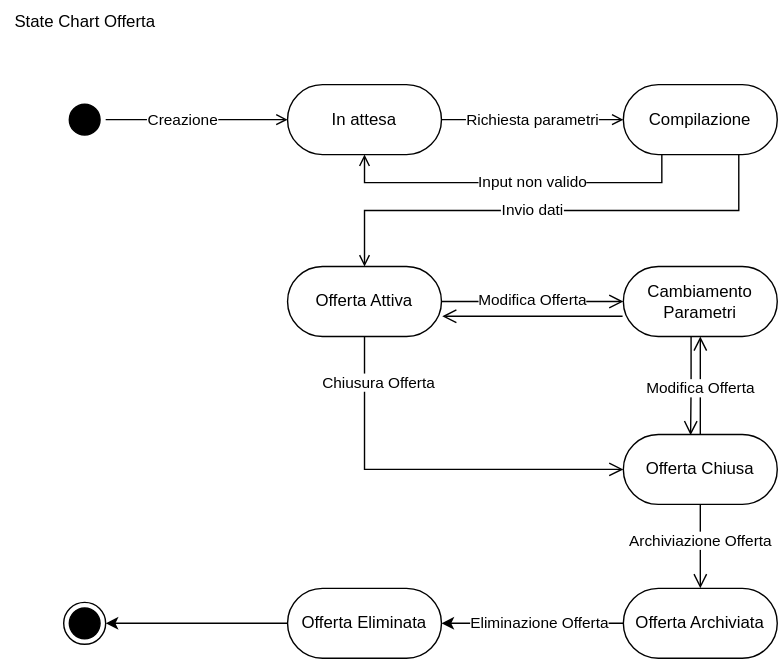
This is Documentazione/Requirement_Analysis_Document/Statecharts/SC_Offerta_ver_1.0.svg from JacopoPassariello/TuringCareers, a draw.io export, as it was before one commit. Source tidied: cells renumbered, new cells last; positions are measured from the earlier drawing's top-left corner, leaving out a move shared by most shapes. Source of this version:
```xml
<mxGraphModel>
  <root>
    <mxCell id="0" />
    <mxCell id="1" parent="0" />
    <mxCell id="2" style="edgeStyle=orthogonalEdgeStyle;html=1;verticalAlign=bottom;endArrow=open;endSize=8;strokeColor=#000000;rounded=0;exitX=0.44;exitY=1.007;exitDx=0;exitDy=0;exitPerimeter=0;entryX=0.437;entryY=0.011;entryDx=0;entryDy=0;entryPerimeter=0;" parent="1" edge="1" source="7" target="14">
      <mxGeometry relative="1" as="geometry" />
    </mxCell>
    <mxCell id="3" style="edgeStyle=orthogonalEdgeStyle;rounded=0;jettySize=auto;html=1;exitX=0.5;exitY=0;exitDx=0;exitDy=0;entryX=0;entryY=0.5;entryDx=0;entryDy=0;endArrow=open;endFill=0;" parent="1" edge="1" source="5" target="23">
      <mxGeometry relative="1" as="geometry" />
    </mxCell>
    <mxCell id="4" value="Creazione" style="edgeLabel;html=1;align=center;verticalAlign=middle;" parent="3" vertex="1">
      <mxGeometry x="-0.38" y="4" relative="1" as="geometry">
        <mxPoint x="15" y="4" as="offset" />
      </mxGeometry>
    </mxCell>
    <mxCell id="5" style="ellipse;html=1;shape=startState;fillColor=#000000;strokeColor=#000000;rounded=1;shadow=0;comic=0;labelBackgroundColor=none;fontFamily=Verdana;fontSize=12;fontColor=#000000;align=center;direction=south;" parent="1" vertex="1">
      <mxGeometry x="45" y="70" width="30" height="30" as="geometry" />
    </mxCell>
    <mxCell id="6" style="ellipse;html=1;shape=endState;fillColor=#000000;strokeColor=#000000;" parent="1" vertex="1">
      <mxGeometry x="45" y="430" width="30" height="30" as="geometry" />
    </mxCell>
    <mxCell id="7" value="Cambiamento Parametri" style="rounded=1;whiteSpace=wrap;html=1;arcSize=50;fontColor=#000000;fillColor=#FFFFFF;strokeColor=#000000;" parent="1" vertex="1">
      <mxGeometry x="445" y="190" width="110" height="50" as="geometry" />
    </mxCell>
    <mxCell id="8" value="Offerta Attiva" style="rounded=1;whiteSpace=wrap;html=1;arcSize=50;fontColor=#000000;fillColor=#FFFFFF;strokeColor=#000000;" parent="1" vertex="1">
      <mxGeometry x="205" y="190" width="110" height="50" as="geometry" />
    </mxCell>
    <mxCell id="9" style="edgeStyle=orthogonalEdgeStyle;html=1;verticalAlign=bottom;endArrow=open;endSize=8;strokeColor=#000000;rounded=0;entryX=0;entryY=0.5;entryDx=0;entryDy=0;exitX=0.5;exitY=1;exitDx=0;exitDy=0;" parent="1" edge="1" source="8" target="14">
      <mxGeometry relative="1" as="geometry" />
    </mxCell>
    <mxCell id="10" value="Chiusura Offerta" style="edgeLabel;html=1;align=center;verticalAlign=middle;" parent="9" vertex="1">
      <mxGeometry x="-0.25" relative="1" as="geometry">
        <mxPoint y="-62" as="offset" />
      </mxGeometry>
    </mxCell>
    <mxCell id="11" style="edgeStyle=orthogonalEdgeStyle;html=1;verticalAlign=bottom;endArrow=open;endSize=8;strokeColor=#000000;rounded=0;exitX=-0.005;exitY=0.711;exitDx=0;exitDy=0;exitPerimeter=0;entryX=1.005;entryY=0.711;entryDx=0;entryDy=0;entryPerimeter=0;" parent="1" edge="1" source="7" target="8">
      <mxGeometry relative="1" as="geometry" />
    </mxCell>
    <mxCell id="12" style="edgeStyle=orthogonalEdgeStyle;html=1;verticalAlign=bottom;endArrow=open;endSize=8;strokeColor=#000000;rounded=0;exitX=1;exitY=0.5;exitDx=0;exitDy=0;entryX=0;entryY=0.5;entryDx=0;entryDy=0;" parent="1" edge="1" source="8" target="7">
      <mxGeometry relative="1" as="geometry" />
    </mxCell>
    <mxCell id="13" value="Modifica Offerta" style="edgeLabel;html=1;align=center;verticalAlign=middle;" parent="12" vertex="1">
      <mxGeometry x="-0.03" y="1" relative="1" as="geometry">
        <mxPoint x="1" as="offset" />
      </mxGeometry>
    </mxCell>
    <mxCell id="14" value="Offerta Chiusa" style="rounded=1;whiteSpace=wrap;html=1;arcSize=50;fontColor=#000000;fillColor=#FFFFFF;strokeColor=#000000;" parent="1" vertex="1">
      <mxGeometry x="445" y="310" width="110" height="50" as="geometry" />
    </mxCell>
    <mxCell id="15" style="edgeStyle=orthogonalEdgeStyle;html=1;verticalAlign=bottom;endArrow=open;endSize=8;strokeColor=#000000;rounded=0;entryX=0.5;entryY=0;entryDx=0;entryDy=0;exitX=0.5;exitY=1;exitDx=0;exitDy=0;" parent="1" edge="1" source="14" target="19">
      <mxGeometry relative="1" as="geometry">
        <Array as="points">
          <mxPoint x="500" y="390" />
          <mxPoint x="500" y="390" />
        </Array>
      </mxGeometry>
    </mxCell>
    <mxCell id="16" value="Archiviazione Offerta" style="edgeLabel;html=1;align=center;verticalAlign=middle;" parent="15" vertex="1">
      <mxGeometry x="-0.02" relative="1" as="geometry">
        <mxPoint y="-4" as="offset" />
      </mxGeometry>
    </mxCell>
    <mxCell id="17" style="edgeStyle=orthogonalEdgeStyle;rounded=0;jettySize=auto;html=1;entryX=1;entryY=0.5;entryDx=0;entryDy=0;" parent="1" edge="1" source="19" target="32">
      <mxGeometry relative="1" as="geometry" />
    </mxCell>
    <mxCell id="18" value="Eliminazione Offerta" style="edgeLabel;html=1;align=center;verticalAlign=middle;" parent="17" vertex="1">
      <mxGeometry x="0.42" y="-2" relative="1" as="geometry">
        <mxPoint x="32" y="2" as="offset" />
      </mxGeometry>
    </mxCell>
    <mxCell id="19" value="Offerta Archiviata" style="rounded=1;whiteSpace=wrap;html=1;arcSize=50;fontColor=#000000;fillColor=#FFFFFF;strokeColor=#000000;" parent="1" vertex="1">
      <mxGeometry x="445" y="420" width="110" height="50" as="geometry" />
    </mxCell>
    <mxCell id="20" value="State Chart Offerta" style="text;html=1;align=center;verticalAlign=middle;strokeColor=none;fillColor=none;" parent="1" vertex="1">
      <mxGeometry width="120" height="30" as="geometry" />
    </mxCell>
    <mxCell id="21" style="edgeStyle=orthogonalEdgeStyle;html=1;verticalAlign=bottom;endArrow=open;endSize=8;strokeColor=#000000;rounded=0;entryX=0.5;entryY=1;entryDx=0;entryDy=0;exitX=0.5;exitY=0;exitDx=0;exitDy=0;" parent="1" edge="1" source="14" target="7">
      <mxGeometry relative="1" as="geometry" />
    </mxCell>
    <mxCell id="22" value="Modifica Offerta" style="edgeLabel;html=1;align=center;verticalAlign=middle;" parent="21" vertex="1">
      <mxGeometry x="-0.03" y="1" relative="1" as="geometry">
        <mxPoint x="1" y="1" as="offset" />
      </mxGeometry>
    </mxCell>
    <mxCell id="23" value="In attesa" style="rounded=1;whiteSpace=wrap;html=1;arcSize=50;" parent="1" vertex="1">
      <mxGeometry x="205" y="60" width="110" height="50" as="geometry" />
    </mxCell>
    <mxCell id="24" style="endArrow=open;html=1;rounded=0;exitX=1;exitY=0.5;exitDx=0;exitDy=0;entryX=0;entryY=0.5;entryDx=0;entryDy=0;endFill=0;edgeStyle=orthogonalEdgeStyle;" parent="1" edge="1" source="23" target="26">
      <mxGeometry relative="1" as="geometry" />
    </mxCell>
    <mxCell id="25" value="Richiesta parametri" style="edgeLabel;html=1;align=center;verticalAlign=middle;" parent="24" vertex="1">
      <mxGeometry x="-0.15" y="2" relative="1" as="geometry">
        <mxPoint x="10" y="2" as="offset" />
      </mxGeometry>
    </mxCell>
    <mxCell id="26" value="Compilazione" style="rounded=1;whiteSpace=wrap;html=1;arcSize=50;" parent="1" vertex="1">
      <mxGeometry x="445" y="60" width="110" height="50" as="geometry" />
    </mxCell>
    <mxCell id="27" style="endArrow=open;html=1;rounded=0;exitX=0.75;exitY=1;exitDx=0;exitDy=0;entryX=0.5;entryY=0;entryDx=0;entryDy=0;endFill=0;edgeStyle=orthogonalEdgeStyle;" parent="1" edge="1" source="26" target="8">
      <mxGeometry relative="1" as="geometry" />
    </mxCell>
    <mxCell id="28" value="Invio dati" style="edgeLabel;html=1;align=center;verticalAlign=middle;" parent="27" vertex="1">
      <mxGeometry x="-0.61" y="1" relative="1" as="geometry">
        <mxPoint x="-120" y="-1" as="offset" />
      </mxGeometry>
    </mxCell>
    <mxCell id="29" style="edgeStyle=orthogonalEdgeStyle;rounded=0;jettySize=auto;html=1;exitX=0.25;exitY=1;exitDx=0;exitDy=0;entryX=0.5;entryY=1;entryDx=0;entryDy=0;endArrow=open;endFill=0;" parent="1" edge="1" source="26" target="23">
      <mxGeometry relative="1" as="geometry" />
    </mxCell>
    <mxCell id="30" value="Input non valido" style="edgeLabel;html=1;align=center;verticalAlign=middle;" parent="29" vertex="1">
      <mxGeometry x="0.12" relative="1" as="geometry">
        <mxPoint x="29" as="offset" />
      </mxGeometry>
    </mxCell>
    <mxCell id="31" style="edgeStyle=orthogonalEdgeStyle;rounded=0;jettySize=auto;html=1;exitX=0;exitY=0.5;exitDx=0;exitDy=0;entryX=1;entryY=0.5;entryDx=0;entryDy=0;" parent="1" edge="1" source="32" target="6">
      <mxGeometry relative="1" as="geometry" />
    </mxCell>
    <mxCell id="32" value="Offerta Eliminata" style="rounded=1;whiteSpace=wrap;html=1;arcSize=50;fontColor=#000000;fillColor=#FFFFFF;strokeColor=#000000;" parent="1" vertex="1">
      <mxGeometry x="205" y="420" width="110" height="50" as="geometry" />
    </mxCell>
  </root>
</mxGraphModel>
```
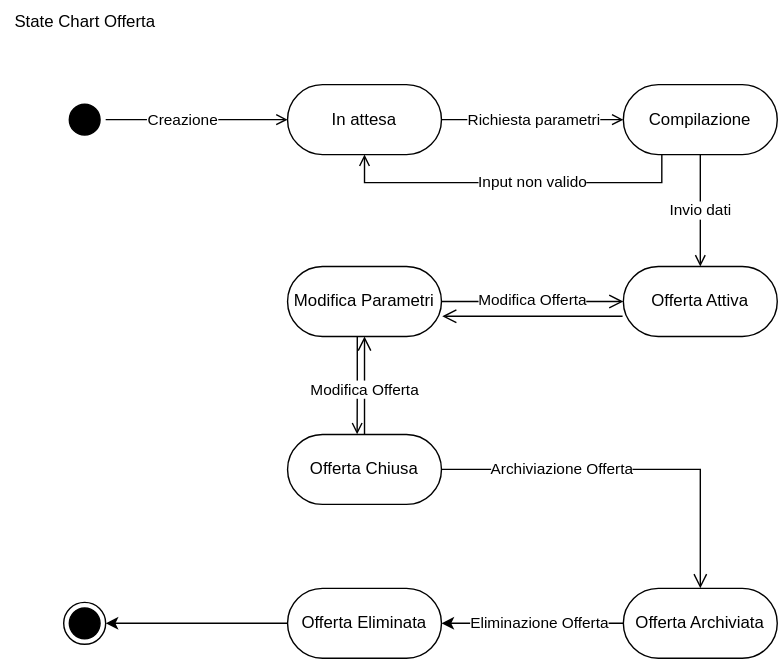
The same diagram one commit later.

What changed in the source:
```diff
@@ -2,9 +2,6 @@
   <root>
     <mxCell id="0" />
     <mxCell id="1" parent="0" />
-    <mxCell id="2" style="edgeStyle=orthogonalEdgeStyle;html=1;verticalAlign=bottom;endArrow=open;endSize=8;strokeColor=#000000;rounded=0;exitX=0.44;exitY=1.007;exitDx=0;exitDy=0;exitPerimeter=0;entryX=0.437;entryY=0.011;entryDx=0;entryDy=0;entryPerimeter=0;" parent="1" edge="1" source="7" target="14">
-      <mxGeometry relative="1" as="geometry" />
-    </mxCell>
     <mxCell id="3" style="edgeStyle=orthogonalEdgeStyle;rounded=0;jettySize=auto;html=1;exitX=0.5;exitY=0;exitDx=0;exitDy=0;entryX=0;entryY=0.5;entryDx=0;entryDy=0;endArrow=open;endFill=0;" parent="1" edge="1" source="5" target="23">
       <mxGeometry relative="1" as="geometry" />
     </mxCell>
@@ -19,20 +16,15 @@
     <mxCell id="6" style="ellipse;html=1;shape=endState;fillColor=#000000;strokeColor=#000000;" parent="1" vertex="1">
       <mxGeometry x="45" y="430" width="30" height="30" as="geometry" />
     </mxCell>
-    <mxCell id="7" value="Cambiamento Parametri" style="rounded=1;whiteSpace=wrap;html=1;arcSize=50;fontColor=#000000;fillColor=#FFFFFF;strokeColor=#000000;" parent="1" vertex="1">
+    <mxCell id="7" value="Offerta Attiva" style="rounded=1;whiteSpace=wrap;html=1;arcSize=50;fontColor=#000000;fillColor=#FFFFFF;strokeColor=#000000;" parent="1" vertex="1">
       <mxGeometry x="445" y="190" width="110" height="50" as="geometry" />
     </mxCell>
+    <mxCell id="9" style="edgeStyle=orthogonalEdgeStyle;rounded=0;jettySize=auto;html=1;exitX=0.453;exitY=1.003;exitDx=0;exitDy=0;entryX=0.452;entryY=-0.001;entryDx=0;entryDy=0;entryPerimeter=0;exitPerimeter=0;endArrow=open;endFill=0;" parent="1" edge="1" source="8" target="14">
+      <mxGeometry relative="1" as="geometry" />
+    </mxCell>
-    <mxCell id="8" value="Offerta Attiva" style="rounded=1;whiteSpace=wrap;html=1;arcSize=50;fontColor=#000000;fillColor=#FFFFFF;strokeColor=#000000;" parent="1" vertex="1">
+    <mxCell id="8" value="Modifica Parametri" style="rounded=1;whiteSpace=wrap;html=1;arcSize=50;fontColor=#000000;fillColor=#FFFFFF;strokeColor=#000000;" parent="1" vertex="1">
       <mxGeometry x="205" y="190" width="110" height="50" as="geometry" />
     </mxCell>
-    <mxCell id="9" style="edgeStyle=orthogonalEdgeStyle;html=1;verticalAlign=bottom;endArrow=open;endSize=8;strokeColor=#000000;rounded=0;entryX=0;entryY=0.5;entryDx=0;entryDy=0;exitX=0.5;exitY=1;exitDx=0;exitDy=0;" parent="1" edge="1" source="8" target="14">
-      <mxGeometry relative="1" as="geometry" />
-    </mxCell>
-    <mxCell id="10" value="Chiusura Offerta" style="edgeLabel;html=1;align=center;verticalAlign=middle;" parent="9" vertex="1">
-      <mxGeometry x="-0.25" relative="1" as="geometry">
-        <mxPoint y="-62" as="offset" />
-      </mxGeometry>
-    </mxCell>
     <mxCell id="11" style="edgeStyle=orthogonalEdgeStyle;html=1;verticalAlign=bottom;endArrow=open;endSize=8;strokeColor=#000000;rounded=0;exitX=-0.005;exitY=0.711;exitDx=0;exitDy=0;exitPerimeter=0;entryX=1.005;entryY=0.711;entryDx=0;entryDy=0;entryPerimeter=0;" parent="1" edge="1" source="7" target="8">
       <mxGeometry relative="1" as="geometry" />
     </mxCell>
@@ -45,19 +37,18 @@
       </mxGeometry>
     </mxCell>
     <mxCell id="14" value="Offerta Chiusa" style="rounded=1;whiteSpace=wrap;html=1;arcSize=50;fontColor=#000000;fillColor=#FFFFFF;strokeColor=#000000;" parent="1" vertex="1">
-      <mxGeometry x="445" y="310" width="110" height="50" as="geometry" />
+      <mxGeometry x="205" y="310" width="110" height="50" as="geometry" />
     </mxCell>
-    <mxCell id="15" style="edgeStyle=orthogonalEdgeStyle;html=1;verticalAlign=bottom;endArrow=open;endSize=8;strokeColor=#000000;rounded=0;entryX=0.5;entryY=0;entryDx=0;entryDy=0;exitX=0.5;exitY=1;exitDx=0;exitDy=0;" parent="1" edge="1" source="14" target="19">
+    <mxCell id="15" style="edgeStyle=orthogonalEdgeStyle;html=1;verticalAlign=bottom;endArrow=open;endSize=8;strokeColor=#000000;rounded=0;entryX=0.5;entryY=0;entryDx=0;entryDy=0;exitX=1;exitY=0.5;exitDx=0;exitDy=0;" parent="1" edge="1" source="14" target="19">
       <mxGeometry relative="1" as="geometry">
         <Array as="points">
-          <mxPoint x="500" y="390" />
-          <mxPoint x="500" y="390" />
+          <mxPoint x="500" y="335" />
         </Array>
       </mxGeometry>
     </mxCell>
     <mxCell id="16" value="Archiviazione Offerta" style="edgeLabel;html=1;align=center;verticalAlign=middle;" parent="15" vertex="1">
       <mxGeometry x="-0.02" relative="1" as="geometry">
-        <mxPoint y="-4" as="offset" />
+        <mxPoint x="-46" as="offset" />
       </mxGeometry>
     </mxCell>
     <mxCell id="17" style="edgeStyle=orthogonalEdgeStyle;rounded=0;jettySize=auto;html=1;entryX=1;entryY=0.5;entryDx=0;entryDy=0;" parent="1" edge="1" source="19" target="32">
@@ -74,7 +65,7 @@
     <mxCell id="20" value="State Chart Offerta" style="text;html=1;align=center;verticalAlign=middle;strokeColor=none;fillColor=none;" parent="1" vertex="1">
       <mxGeometry width="120" height="30" as="geometry" />
     </mxCell>
-    <mxCell id="21" style="edgeStyle=orthogonalEdgeStyle;html=1;verticalAlign=bottom;endArrow=open;endSize=8;strokeColor=#000000;rounded=0;entryX=0.5;entryY=1;entryDx=0;entryDy=0;exitX=0.5;exitY=0;exitDx=0;exitDy=0;" parent="1" edge="1" source="14" target="7">
+    <mxCell id="21" style="html=1;verticalAlign=bottom;endArrow=open;endSize=8;strokeColor=#000000;rounded=0;entryX=0.5;entryY=1;entryDx=0;entryDy=0;exitX=0.5;exitY=0;exitDx=0;exitDy=0;edgeStyle=orthogonalEdgeStyle;" parent="1" edge="1" source="14" target="8">
       <mxGeometry relative="1" as="geometry" />
     </mxCell>
     <mxCell id="22" value="Modifica Offerta" style="edgeLabel;html=1;align=center;verticalAlign=middle;" parent="21" vertex="1">
@@ -96,12 +87,12 @@
     <mxCell id="26" value="Compilazione" style="rounded=1;whiteSpace=wrap;html=1;arcSize=50;" parent="1" vertex="1">
       <mxGeometry x="445" y="60" width="110" height="50" as="geometry" />
     </mxCell>
-    <mxCell id="27" style="endArrow=open;html=1;rounded=0;exitX=0.75;exitY=1;exitDx=0;exitDy=0;entryX=0.5;entryY=0;entryDx=0;entryDy=0;endFill=0;edgeStyle=orthogonalEdgeStyle;" parent="1" edge="1" source="26" target="8">
+    <mxCell id="27" style="endArrow=open;html=1;rounded=0;exitX=0.5;exitY=1;exitDx=0;exitDy=0;entryX=0.5;entryY=0;entryDx=0;entryDy=0;endFill=0;edgeStyle=orthogonalEdgeStyle;" parent="1" edge="1" source="26" target="7">
       <mxGeometry relative="1" as="geometry" />
     </mxCell>
     <mxCell id="28" value="Invio dati" style="edgeLabel;html=1;align=center;verticalAlign=middle;" parent="27" vertex="1">
       <mxGeometry x="-0.61" y="1" relative="1" as="geometry">
-        <mxPoint x="-120" y="-1" as="offset" />
+        <mxPoint x="-1" y="24" as="offset" />
       </mxGeometry>
     </mxCell>
     <mxCell id="29" style="edgeStyle=orthogonalEdgeStyle;rounded=0;jettySize=auto;html=1;exitX=0.25;exitY=1;exitDx=0;exitDy=0;entryX=0.5;entryY=1;entryDx=0;entryDy=0;endArrow=open;endFill=0;" parent="1" edge="1" source="26" target="23">
```
